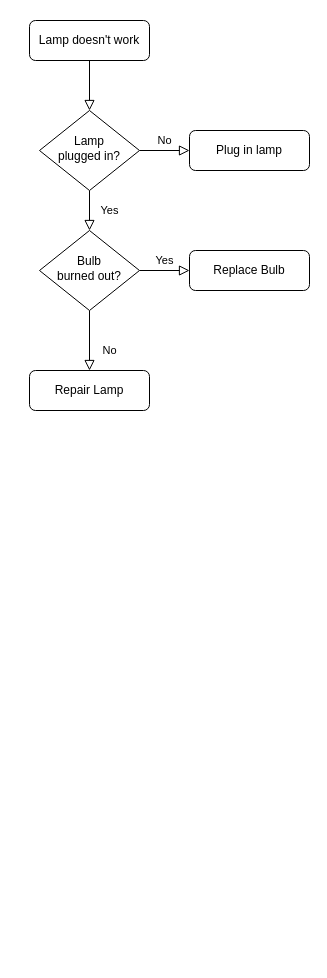
This is 发放优惠券的各类流程.drawio from Aias00/drawio, a draw.io file, before an edit. Source tidied: cells renumbered, new cells numbered last; positions are measured from the earlier drawing's top-left corner, leaving out a move shared by most shapes. Both pictures are drawn from the tidied source at 100%, with x=0, y=0 at pixel (29, 20).
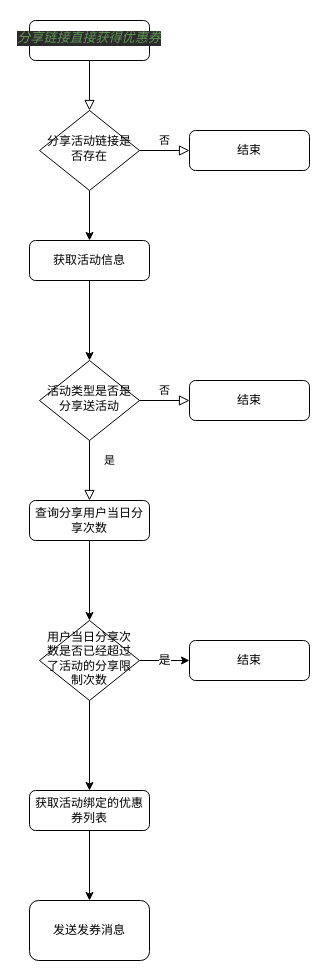
After the change.

Commit message:
更新发放优惠券的各类流程.drawio

The edit, as a diff of the source:
```diff
@@
-    <mxCell id="3" value="Lamp doesn't work" style="rounded=1;whiteSpace=wrap;html=1;fontSize=12;glass=0;strokeWidth=1;shadow=0;" parent="1" vertex="1">
+    <mxCell id="3" value="&lt;pre style=&quot;background-color: rgb(43 , 43 , 43) ; color: rgb(169 , 183 , 198) ; font-family: , monospace ; font-size: 9.8pt&quot;&gt;&lt;pre style=&quot;font-family: , monospace ; font-size: 9.8pt&quot;&gt;&lt;span style=&quot;color: #629755 ; font-style: italic&quot;&gt;分享链接直接获得优惠券&lt;/span&gt;&lt;/pre&gt;&lt;/pre&gt;" style="rounded=1;whiteSpace=wrap;html=1;fontSize=12;glass=0;strokeWidth=1;shadow=0;spacing=6;spacingTop=-4;" parent="1" vertex="1">
       <mxGeometry width="120" height="40" as="geometry" />
     </mxCell>
-    <mxCell id="4" value="Yes" style="rounded=0;html=1;jettySize=auto;fontSize=11;endArrow=block;endFill=0;endSize=8;strokeWidth=1;shadow=0;labelBackgroundColor=none;edgeStyle=orthogonalEdgeStyle;" parent="1" edge="1" source="6" target="10">
-      <mxGeometry y="20" relative="1" as="geometry" />
-    </mxCell>
-    <mxCell id="5" value="No" style="edgeStyle=orthogonalEdgeStyle;rounded=0;html=1;jettySize=auto;fontSize=11;endArrow=block;endFill=0;endSize=8;strokeWidth=1;shadow=0;labelBackgroundColor=none;" parent="1" edge="1" source="6" target="7">
+    <mxCell id="5" value="否" style="edgeStyle=orthogonalEdgeStyle;rounded=0;html=1;jettySize=auto;fontSize=11;endArrow=block;endFill=0;endSize=8;strokeWidth=1;shadow=0;labelBackgroundColor=none;" parent="1" edge="1" source="6" target="7">
       <mxGeometry y="10" relative="1" as="geometry" />
     </mxCell>
+    <mxCell id="13" style="edgeStyle=orthogonalEdgeStyle;rounded=0;jettySize=auto;html=1;exitX=0.5;exitY=1;exitDx=0;exitDy=0;entryX=0.5;entryY=0;entryDx=0;entryDy=0;fontFamily=Helvetica;fontSize=12;fontColor=default;" parent="1" edge="1" source="6" target="16">
+      <mxGeometry relative="1" as="geometry" />
+    </mxCell>
-    <mxCell id="6" value="Lamp&lt;br&gt;plugged in?" style="rhombus;whiteSpace=wrap;html=1;shadow=0;fontFamily=Helvetica;fontSize=12;align=center;strokeWidth=1;spacing=6;spacingTop=-4;" parent="1" vertex="1">
+    <mxCell id="6" value="分享活动链接是否存在" style="rhombus;whiteSpace=wrap;html=1;shadow=0;fontFamily=Helvetica;fontSize=12;align=center;strokeWidth=1;spacing=6;spacingTop=-4;" parent="1" vertex="1">
       <mxGeometry x="10" y="90" width="100" height="80" as="geometry" />
     </mxCell>
-    <mxCell id="7" value="Plug in lamp" style="rounded=1;whiteSpace=wrap;html=1;fontSize=12;glass=0;strokeWidth=1;shadow=0;" parent="1" vertex="1">
+    <mxCell id="7" value="结束" style="rounded=1;whiteSpace=wrap;html=1;fontSize=12;glass=0;strokeWidth=1;shadow=0;" parent="1" vertex="1">
       <mxGeometry x="160" y="110" width="120" height="40" as="geometry" />
     </mxCell>
-    <mxCell id="8" value="No" style="rounded=0;html=1;jettySize=auto;fontSize=11;endArrow=block;endFill=0;endSize=8;strokeWidth=1;shadow=0;labelBackgroundColor=none;edgeStyle=orthogonalEdgeStyle;" parent="1" edge="1" source="10" target="11">
-      <mxGeometry x="0.33" y="20" relative="1" as="geometry" />
+    <mxCell id="8" value="是" style="rounded=0;html=1;jettySize=auto;fontSize=11;endArrow=block;endFill=0;endSize=8;strokeWidth=1;shadow=0;labelBackgroundColor=none;edgeStyle=orthogonalEdgeStyle;" parent="1" edge="1" source="10" target="11">
+      <mxGeometry x="-0.33" y="20" relative="1" as="geometry" />
     </mxCell>
-    <mxCell id="9" value="Yes" style="edgeStyle=orthogonalEdgeStyle;rounded=0;html=1;jettySize=auto;fontSize=11;endArrow=block;endFill=0;endSize=8;strokeWidth=1;shadow=0;labelBackgroundColor=none;" parent="1" edge="1" source="10" target="12">
+    <mxCell id="9" value="否" style="edgeStyle=orthogonalEdgeStyle;rounded=0;html=1;jettySize=auto;fontSize=11;endArrow=block;endFill=0;endSize=8;strokeWidth=1;shadow=0;labelBackgroundColor=none;" parent="1" edge="1" source="10" target="12">
       <mxGeometry y="10" relative="1" as="geometry" />
     </mxCell>
-    <mxCell id="10" value="Bulb&lt;br&gt;burned out?" style="rhombus;whiteSpace=wrap;html=1;shadow=0;fontFamily=Helvetica;fontSize=12;align=center;strokeWidth=1;spacing=6;spacingTop=-4;" parent="1" vertex="1">
-      <mxGeometry x="10" y="210" width="100" height="80" as="geometry" />
+    <mxCell id="10" value="活动类型是否是分享送活动" style="rhombus;whiteSpace=wrap;html=1;shadow=0;fontFamily=Helvetica;fontSize=12;align=center;strokeWidth=1;spacing=6;spacingTop=-4;" parent="1" vertex="1">
+      <mxGeometry x="10" y="340" width="100" height="80" as="geometry" />
     </mxCell>
+    <mxCell id="14" style="edgeStyle=orthogonalEdgeStyle;rounded=0;jettySize=auto;html=1;exitX=0.5;exitY=1;exitDx=0;exitDy=0;fontFamily=Helvetica;fontSize=12;fontColor=default;" parent="1" edge="1" source="11" target="19">
+      <mxGeometry relative="1" as="geometry" />
+    </mxCell>
-    <mxCell id="11" value="Repair Lamp" style="rounded=1;whiteSpace=wrap;html=1;fontSize=12;glass=0;strokeWidth=1;shadow=0;" parent="1" vertex="1">
-      <mxGeometry y="350" width="120" height="40" as="geometry" />
+    <mxCell id="11" value="查询分享用户当日分享次数" style="rounded=1;whiteSpace=wrap;html=1;fontSize=12;glass=0;strokeWidth=1;shadow=0;" parent="1" vertex="1">
+      <mxGeometry y="480" width="120" height="40" as="geometry" />
     </mxCell>
-    <mxCell id="12" value="Replace Bulb" style="rounded=1;whiteSpace=wrap;html=1;fontSize=12;glass=0;strokeWidth=1;shadow=0;" parent="1" vertex="1">
-      <mxGeometry x="160" y="230" width="120" height="40" as="geometry" />
+    <mxCell id="12" value="结束" style="rounded=1;whiteSpace=wrap;html=1;fontSize=12;glass=0;strokeWidth=1;shadow=0;" parent="1" vertex="1">
+      <mxGeometry x="160" y="360" width="120" height="40" as="geometry" />
     </mxCell>
+    <mxCell id="15" style="edgeStyle=orthogonalEdgeStyle;rounded=0;jettySize=auto;html=1;exitX=0.5;exitY=1;exitDx=0;exitDy=0;fontFamily=Helvetica;fontSize=12;fontColor=default;" parent="1" edge="1" source="16" target="10">
+      <mxGeometry relative="1" as="geometry" />
+    </mxCell>
+    <mxCell id="16" value="获取活动信息" style="rounded=1;whiteSpace=wrap;html=1;fontSize=12;glass=0;strokeWidth=1;shadow=0;" parent="1" vertex="1">
+      <mxGeometry y="220" width="120" height="40" as="geometry" />
+    </mxCell>
+    <mxCell id="17" value="是" style="edgeStyle=orthogonalEdgeStyle;rounded=0;jettySize=auto;html=1;exitX=1;exitY=0.5;exitDx=0;exitDy=0;fontFamily=Helvetica;fontSize=12;fontColor=default;" parent="1" edge="1" source="19" target="20">
+      <mxGeometry relative="1" as="geometry" />
+    </mxCell>
+    <mxCell id="18" style="edgeStyle=orthogonalEdgeStyle;rounded=0;jettySize=auto;html=1;exitX=0.5;exitY=1;exitDx=0;exitDy=0;fontFamily=Helvetica;fontSize=12;fontColor=default;" parent="1" edge="1" source="19" target="22">
+      <mxGeometry relative="1" as="geometry" />
+    </mxCell>
+    <mxCell id="19" value="用户当日分享次数是否已经超过了活动的分享限制次数" style="rhombus;whiteSpace=wrap;html=1;shadow=0;fontFamily=Helvetica;fontSize=12;align=center;strokeWidth=1;spacing=6;spacingTop=-4;" parent="1" vertex="1">
+      <mxGeometry x="10" y="600" width="100" height="80" as="geometry" />
+    </mxCell>
+    <mxCell id="20" value="结束" style="rounded=1;whiteSpace=wrap;html=1;fontSize=12;glass=0;strokeWidth=1;shadow=0;" parent="1" vertex="1">
+      <mxGeometry x="160" y="620" width="120" height="40" as="geometry" />
+    </mxCell>
+    <mxCell id="21" style="edgeStyle=orthogonalEdgeStyle;rounded=0;jettySize=auto;html=1;fontFamily=Helvetica;fontSize=12;fontColor=default;" parent="1" edge="1" source="22" target="23">
+      <mxGeometry relative="1" as="geometry" />
+    </mxCell>
+    <mxCell id="22" value="获取活动绑定的优惠券列表" style="rounded=1;whiteSpace=wrap;html=1;fontSize=12;glass=0;strokeWidth=1;shadow=0;" parent="1" vertex="1">
+      <mxGeometry y="770" width="120" height="40" as="geometry" />
+    </mxCell>
+    <mxCell id="23" value="发送发券消息" style="whiteSpace=wrap;html=1;rounded=1;glass=0;strokeWidth=1;shadow=0;" parent="1" vertex="1">
+      <mxGeometry y="880" width="120" height="60" as="geometry" />
+    </mxCell>
```
